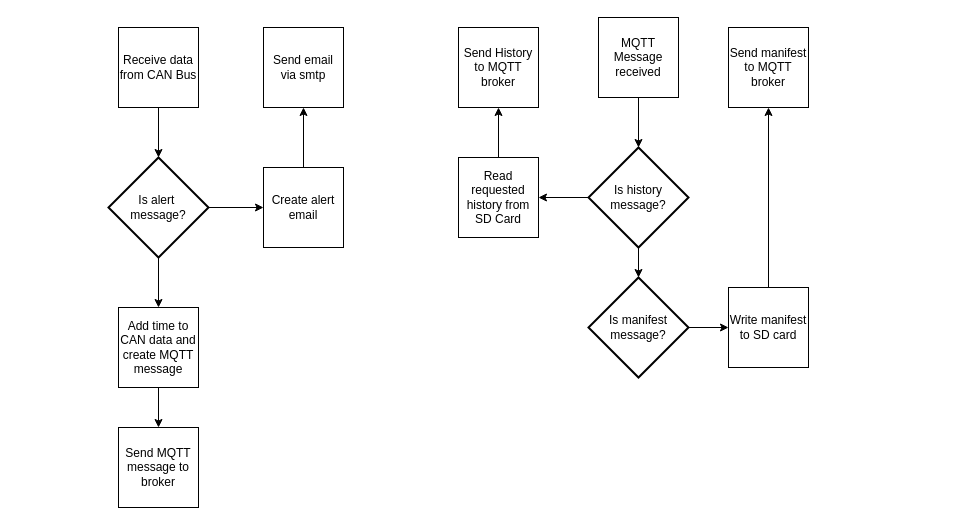
ProjectFishWorks/Documentation keeps this draw.io diagram as BlockDiagrams/BaseStationSoftware.drawio. Above is the earlier version. Source tidied: cells renumbered, new cells numbered last; positions are measured from the earlier drawing's top-left corner, leaving out a move shared by most shapes. Both pictures are drawn from the tidied source at 100%, with x=0, y=0 at pixel (108, 17).
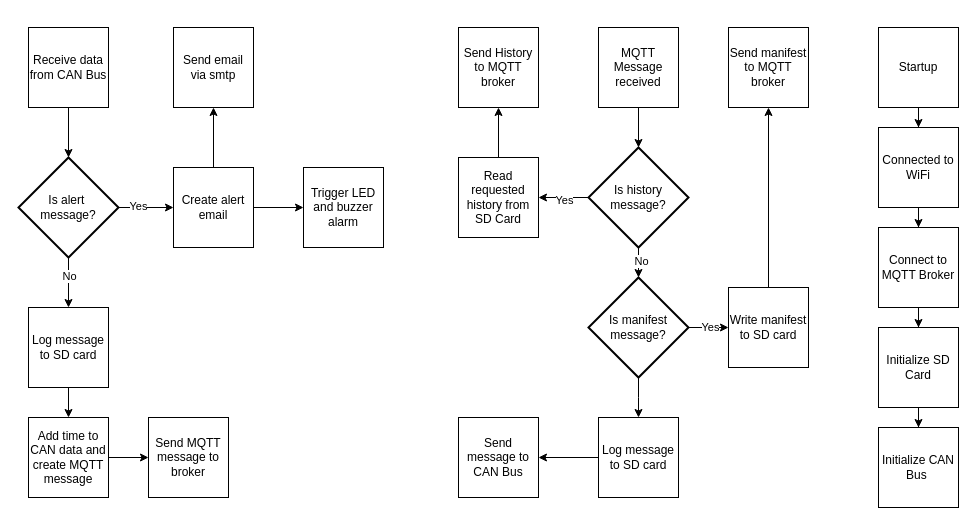
The same page after the edit.

Unchanged cells that the change refers to:
```xml
<mxCell id="12" style="edgeStyle=orthogonalEdgeStyle;rounded=0;jettySize=auto;html=1;entryX=0;entryY=0.5;entryDx=0;entryDy=0;" parent="1" edge="1" source="13" target="4">
  <mxGeometry relative="1" as="geometry" />
</mxCell>
<mxCell id="15" style="edgeStyle=orthogonalEdgeStyle;rounded=0;jettySize=auto;html=1;entryX=1;entryY=0.5;entryDx=0;entryDy=0;" parent="1" edge="1" source="16" target="18">
  <mxGeometry relative="1" as="geometry" />
</mxCell>
<mxCell id="20" style="edgeStyle=orthogonalEdgeStyle;rounded=0;jettySize=auto;html=1;entryX=0;entryY=0.5;entryDx=0;entryDy=0;" parent="1" edge="1" source="21" target="24">
  <mxGeometry relative="1" as="geometry" />
</mxCell>
<mxCell id="21" value="Is manifest&lt;div&gt;message?&lt;/div&gt;" style="strokeWidth=2;html=1;shape=mxgraph.flowchart.decision;whiteSpace=wrap;" parent="1" vertex="1">
  <mxGeometry x="480" y="260" width="100" height="100" as="geometry" />
</mxCell>
<mxCell id="22" style="edgeStyle=orthogonalEdgeStyle;rounded=0;jettySize=auto;html=1;entryX=0.5;entryY=0;entryDx=0;entryDy=0;entryPerimeter=0;" parent="1" edge="1" source="16" target="21">
  <mxGeometry relative="1" as="geometry" />
</mxCell>
```

Diff of the diagram source:
```diff
@@
     <mxCell id="2" value="Receive data from CAN Bus" style="whiteSpace=wrap;html=1;" parent="1" vertex="1">
-      <mxGeometry x="10" y="10" width="80" height="80" as="geometry" />
+      <mxGeometry x="-80" y="10" width="80" height="80" as="geometry" />
     </mxCell>
@@
+    <mxCell id="26" style="edgeStyle=orthogonalEdgeStyle;rounded=0;jettySize=auto;html=1;" parent="1" edge="1" source="4" target="48">
+      <mxGeometry relative="1" as="geometry" />
+    </mxCell>
     <mxCell id="4" value="Create alert email" style="whiteSpace=wrap;html=1;" parent="1" vertex="1">
-      <mxGeometry x="155" y="150" width="80" height="80" as="geometry" />
+      <mxGeometry x="65" y="150" width="80" height="80" as="geometry" />
     </mxCell>
     <mxCell id="5" value="Send email via smtp" style="whiteSpace=wrap;html=1;" parent="1" vertex="1">
-      <mxGeometry x="155" y="10" width="80" height="80" as="geometry" />
+      <mxGeometry x="65" y="10" width="80" height="80" as="geometry" />
     </mxCell>
-    <mxCell id="6" style="edgeStyle=orthogonalEdgeStyle;rounded=0;jettySize=auto;html=1;entryX=0.5;entryY=0;entryDx=0;entryDy=0;" parent="1" edge="1" source="7" target="8">
+    <mxCell id="6" style="edgeStyle=orthogonalEdgeStyle;rounded=0;jettySize=auto;html=1;" parent="1" edge="1" source="7" target="8">
       <mxGeometry relative="1" as="geometry" />
     </mxCell>
     <mxCell id="7" value="Add time to CAN data and create MQTT message" style="whiteSpace=wrap;html=1;" parent="1" vertex="1">
-      <mxGeometry x="10" y="290" width="80" height="80" as="geometry" />
+      <mxGeometry x="-80" y="400" width="80" height="80" as="geometry" />
     </mxCell>
     <mxCell id="8" value="Send MQTT message to broker" style="whiteSpace=wrap;html=1;" parent="1" vertex="1">
-      <mxGeometry x="10" y="410" width="80" height="80" as="geometry" />
+      <mxGeometry x="40" y="400" width="80" height="80" as="geometry" />
     </mxCell>
@@
     <mxCell id="10" value="MQTT Message received" style="whiteSpace=wrap;html=1;" parent="1" vertex="1">
-      <mxGeometry x="490" width="80" height="80" as="geometry" />
+      <mxGeometry x="490" y="10" width="80" height="80" as="geometry" />
     </mxCell>
-    <mxCell id="11" style="edgeStyle=orthogonalEdgeStyle;rounded=0;jettySize=auto;html=1;entryX=0.5;entryY=0;entryDx=0;entryDy=0;" parent="1" edge="1" source="13" target="7">
-      <mxGeometry relative="1" as="geometry" />
-    </mxCell>
@@
+    <mxCell id="27" value="Yes" style="edgeLabel;html=1;align=center;verticalAlign=middle;" parent="12" vertex="1">
+      <mxGeometry x="-0.31" y="2" relative="1" as="geometry" />
+    </mxCell>
+    <mxCell id="28" style="edgeStyle=orthogonalEdgeStyle;rounded=0;jettySize=auto;html=1;entryX=0.5;entryY=0;entryDx=0;entryDy=0;" parent="1" edge="1" source="13" target="38">
+      <mxGeometry relative="1" as="geometry" />
+    </mxCell>
+    <mxCell id="29" value="No" style="edgeLabel;html=1;align=center;verticalAlign=middle;" parent="28" vertex="1">
+      <mxGeometry x="-0.28" relative="1" as="geometry" />
+    </mxCell>
     <mxCell id="13" value="Is alert&amp;nbsp;&lt;div&gt;message?&lt;/div&gt;" style="strokeWidth=2;html=1;shape=mxgraph.flowchart.decision;whiteSpace=wrap;" parent="1" vertex="1">
-      <mxGeometry y="140" width="100" height="100" as="geometry" />
+      <mxGeometry x="-90" y="140" width="100" height="100" as="geometry" />
     </mxCell>
@@
+    <mxCell id="30" value="Yes" style="edgeLabel;html=1;align=center;verticalAlign=middle;" parent="15" vertex="1">
+      <mxGeometry y="2" relative="1" as="geometry" />
+    </mxCell>
@@
+    <mxCell id="31" value="Yes" style="edgeLabel;html=1;align=center;verticalAlign=middle;" parent="20" vertex="1">
+      <mxGeometry x="0.04" y="1" relative="1" as="geometry" />
+    </mxCell>
@@
+    <mxCell id="32" value="No" style="edgeLabel;html=1;align=center;verticalAlign=middle;" parent="22" vertex="1">
+      <mxGeometry x="0.31" y="2" relative="1" as="geometry" />
+    </mxCell>
@@
+    <mxCell id="33" style="edgeStyle=orthogonalEdgeStyle;rounded=0;jettySize=auto;html=1;exitX=0.5;exitY=1;exitDx=0;exitDy=0;exitPerimeter=0;" parent="1" edge="1" source="21">
+      <mxGeometry relative="1" as="geometry">
+        <mxPoint x="530" y="400" as="targetPoint" />
+      </mxGeometry>
+    </mxCell>
+    <mxCell id="34" style="edgeStyle=orthogonalEdgeStyle;rounded=0;jettySize=auto;html=1;" parent="1" edge="1" source="35" target="36">
+      <mxGeometry relative="1" as="geometry" />
+    </mxCell>
+    <mxCell id="35" value="Log message to SD card" style="whiteSpace=wrap;html=1;" parent="1" vertex="1">
+      <mxGeometry x="490" y="400" width="80" height="80" as="geometry" />
+    </mxCell>
+    <mxCell id="36" value="Send message to CAN Bus" style="whiteSpace=wrap;html=1;" parent="1" vertex="1">
+      <mxGeometry x="350" y="400" width="80" height="80" as="geometry" />
+    </mxCell>
+    <mxCell id="37" style="edgeStyle=orthogonalEdgeStyle;rounded=0;jettySize=auto;html=1;entryX=0.5;entryY=0;entryDx=0;entryDy=0;" parent="1" edge="1" source="38" target="7">
+      <mxGeometry relative="1" as="geometry" />
+    </mxCell>
+    <mxCell id="38" value="Log message to SD card" style="whiteSpace=wrap;html=1;" parent="1" vertex="1">
+      <mxGeometry x="-80" y="290" width="80" height="80" as="geometry" />
+    </mxCell>
+    <mxCell id="39" style="edgeStyle=orthogonalEdgeStyle;rounded=0;jettySize=auto;html=1;entryX=0.5;entryY=0;entryDx=0;entryDy=0;" parent="1" edge="1" source="40" target="42">
+      <mxGeometry relative="1" as="geometry" />
+    </mxCell>
+    <mxCell id="40" value="Startup" style="whiteSpace=wrap;html=1;" parent="1" vertex="1">
+      <mxGeometry x="770" y="10" width="80" height="80" as="geometry" />
+    </mxCell>
+    <mxCell id="41" style="edgeStyle=orthogonalEdgeStyle;rounded=0;jettySize=auto;html=1;entryX=0.5;entryY=0;entryDx=0;entryDy=0;" parent="1" edge="1" source="42" target="47">
+      <mxGeometry relative="1" as="geometry" />
+    </mxCell>
+    <mxCell id="42" value="Connected to WiFi" style="whiteSpace=wrap;html=1;" parent="1" vertex="1">
+      <mxGeometry x="770" y="110" width="80" height="80" as="geometry" />
+    </mxCell>
+    <mxCell id="43" style="edgeStyle=orthogonalEdgeStyle;rounded=0;jettySize=auto;html=1;entryX=0.5;entryY=0;entryDx=0;entryDy=0;" parent="1" edge="1" source="44" target="45">
+      <mxGeometry relative="1" as="geometry" />
+    </mxCell>
+    <mxCell id="44" value="Initialize SD Card" style="whiteSpace=wrap;html=1;" parent="1" vertex="1">
+      <mxGeometry x="770" y="310" width="80" height="80" as="geometry" />
+    </mxCell>
+    <mxCell id="45" value="Initialize CAN Bus&amp;nbsp;" style="whiteSpace=wrap;html=1;" parent="1" vertex="1">
+      <mxGeometry x="770" y="410" width="80" height="80" as="geometry" />
+    </mxCell>
+    <mxCell id="46" style="edgeStyle=orthogonalEdgeStyle;rounded=0;jettySize=auto;html=1;" parent="1" edge="1" source="47" target="44">
+      <mxGeometry relative="1" as="geometry" />
+    </mxCell>
+    <mxCell id="47" value="Connect to MQTT Broker" style="whiteSpace=wrap;html=1;" parent="1" vertex="1">
+      <mxGeometry x="770" y="210" width="80" height="80" as="geometry" />
+    </mxCell>
+    <mxCell id="48" value="Trigger LED and buzzer alarm" style="whiteSpace=wrap;html=1;" parent="1" vertex="1">
+      <mxGeometry x="195" y="150" width="80" height="80" as="geometry" />
+    </mxCell>
```
